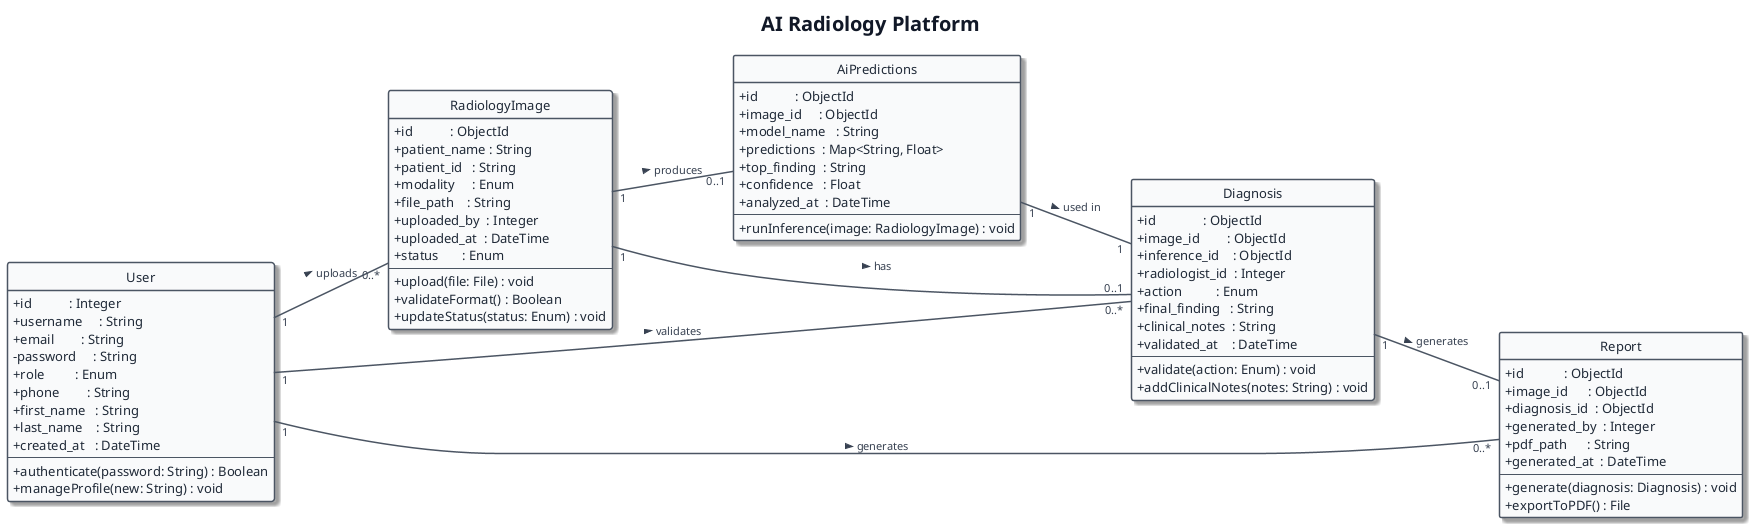
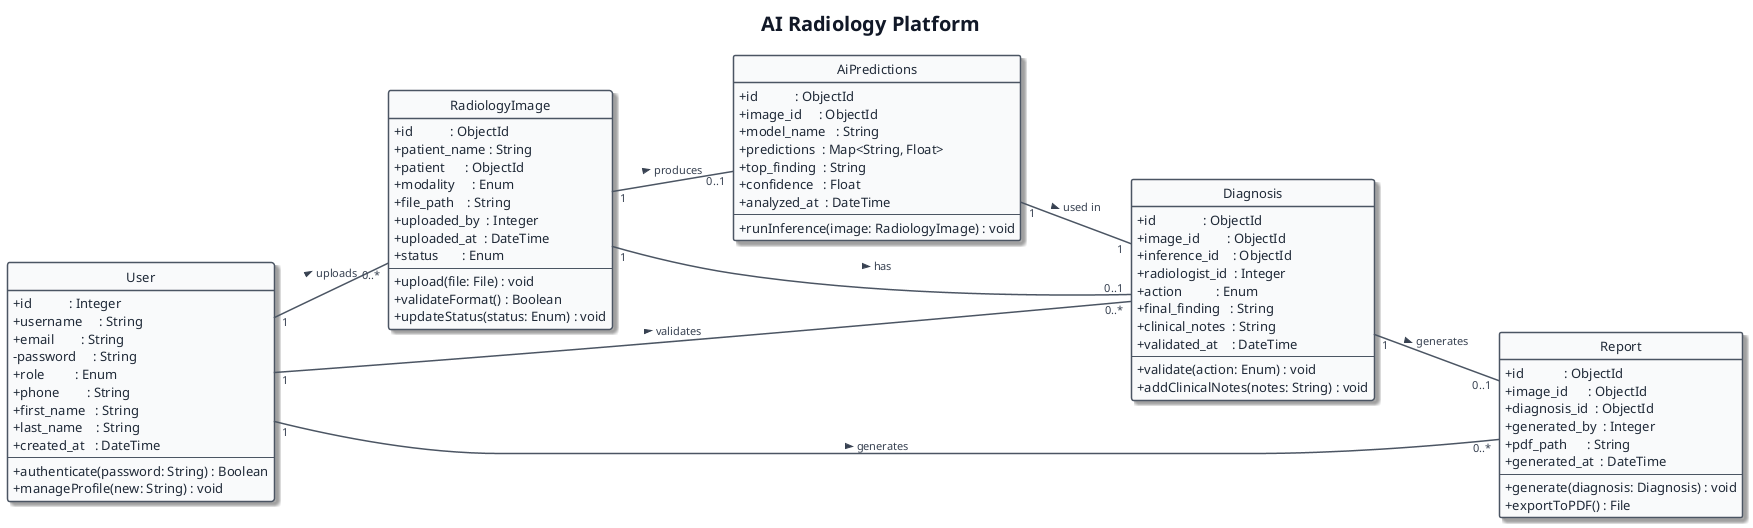
@startuml AI Radiology Platform
hide circle
skinparam shadowing true

skinparam title {
    FontName Segoe UI
    FontSize 20
    FontStyle bold
    FontColor #111827
    BorderColor transparent
    BackgroundColor transparent
}

title AI Radiology Platform

skinparam defaultFontName Segoe UI
skinparam defaultFontSize 13

skinparam class {
    BackgroundColor #F9FAFB
    BorderColor #4B5563
    FontColor #111827
    AttributeFontColor #1F2937
    HeaderFontColor #FFFFFF
    HeaderFontSize 14
    HeaderFontStyle bold
    RoundCorner 12
    BorderThickness 1.5
}

skinparam classAttributeIconSize 0
skinparam ArrowColor #4B5563
skinparam ArrowThickness 1.5
skinparam ArrowFontName Segoe UI
skinparam ArrowFontSize 11
skinparam ArrowFontColor #374151

left to right direction

' ── SQL Table ──
class User {
    + id           : Integer
    + username     : String
    + email        : String
    - password     : String
    + role         : Enum
    + phone        : String
    + first_name   : String
    + last_name    : String
    + created_at   : DateTime
    --
    + authenticate(password: String) : Boolean
    + manageProfile(new: String) : void
}

' ── MongoDB Documents ──
class RadiologyImage {
    + id           : ObjectId
    + patient_name : String
-     + patient_id   : String
+     + patient      : ObjectId
    + modality     : Enum
    + file_path    : String
    + uploaded_by  : Integer
    + uploaded_at  : DateTime
    + status       : Enum
    --
    + upload(file: File) : void
    + validateFormat() : Boolean
    + updateStatus(status: Enum) : void
}

class AiPredictions {
    + id           : ObjectId
    + image_id     : ObjectId
    + model_name   : String
    + predictions  : Map<String, Float>
    + top_finding  : String
    + confidence   : Float
    + analyzed_at  : DateTime
    --
    + runInference(image: RadiologyImage) : void
}

class Diagnosis {
    + id              : ObjectId
    + image_id        : ObjectId
    + inference_id    : ObjectId
    + radiologist_id  : Integer
    + action          : Enum
    + final_finding   : String
    + clinical_notes  : String
    + validated_at    : DateTime
    --
    + validate(action: Enum) : void
    + addClinicalNotes(notes: String) : void
}

class Report {
    + id            : ObjectId
    + image_id      : ObjectId
    + diagnosis_id  : ObjectId
    + generated_by  : Integer
    + pdf_path      : String
    + generated_at  : DateTime
    --
    + generate(diagnosis: Diagnosis) : void
    + exportToPDF() : File
}

' ── Relationships ──
User           "1" -- "0..*" RadiologyImage   : uploads >
RadiologyImage "1" -- "0..1" AiPredictions  : produces >
RadiologyImage "1" -- "0..1" Diagnosis        : has >
AiPredictions "1" -- "1"   Diagnosis        : used in >
Diagnosis      "1" -- "0..1" Report           : generates >
User           "1" -- "0..*" Diagnosis        : validates >
User           "1" -- "0..*" Report           : generates >

- @enduml+ @enduml
